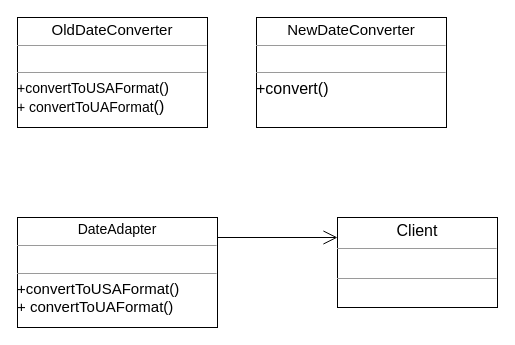
Earlier version of the draw.io diagram structural/adapter/adapter.drawio (MaksShadows/Patterns). Source tidied: cells renumbered, new cells numbered last; positions are measured from the earlier drawing's top-left corner, leaving out a move shared by most shapes. Both pictures are drawn from the tidied source at 100%, with x=0, y=0 at pixel (17, 17).
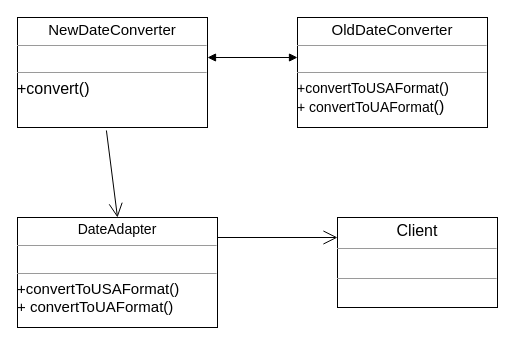
Above is the later version.

What changed in the source:
```diff
@@
 <mxGraphModel>
   <root>
     <mxCell id="0" />
     <mxCell id="1" parent="0" />
     <mxCell id="2" value="&lt;p style=&quot;margin: 0px ; margin-top: 4px ; text-align: center&quot;&gt;&lt;font style=&quot;font-size: 15px&quot;&gt;OldDateConverter&lt;/font&gt;&lt;br&gt;&lt;/p&gt;&lt;hr size=&quot;1&quot;&gt;&lt;p style=&quot;margin: 0px ; margin-left: 4px&quot;&gt;&lt;br&gt;&lt;/p&gt;&lt;hr size=&quot;1&quot;&gt;&lt;p style=&quot;text-align: justify ; margin: 0px 0px 0px 4px&quot;&gt;&lt;/p&gt;&lt;span style=&quot;font-size: 14px ; text-align: justify&quot;&gt;+&lt;/span&gt;&lt;span style=&quot;font-size: 14px&quot;&gt;convertToUSAFormat&lt;/span&gt;&lt;font style=&quot;font-size: 15px&quot;&gt;()&lt;/font&gt;&lt;br&gt;&lt;span style=&quot;font-size: 14px&quot;&gt;+&amp;nbsp;&lt;/span&gt;&lt;span style=&quot;font-size: 14px&quot;&gt;convertToUAFormat&lt;/span&gt;&lt;font style=&quot;font-size: 16px&quot;&gt;()&lt;/font&gt;&lt;span style=&quot;font-size: 14px&quot;&gt;&lt;br&gt;&lt;/span&gt;" style="verticalAlign=top;align=left;overflow=fill;fontSize=12;fontFamily=Helvetica;html=1;" parent="1" vertex="1">
-      <mxGeometry width="190" height="110" as="geometry" />
+      <mxGeometry x="280" width="190" height="110" as="geometry" />
     </mxCell>
     <mxCell id="3" value="&lt;p style=&quot;text-align: center ; margin: 4px 0px 0px&quot;&gt;&lt;span style=&quot;font-size: 14px&quot;&gt;DateAdapter&lt;/span&gt;&lt;br&gt;&lt;/p&gt;&lt;hr size=&quot;1&quot; style=&quot;text-align: justify ; font-size: 14px&quot;&gt;&lt;p style=&quot;text-align: justify ; margin: 0px 0px 0px 4px&quot;&gt;&lt;br&gt;&lt;/p&gt;&lt;hr size=&quot;1&quot; style=&quot;text-align: justify&quot;&gt;&lt;p style=&quot;text-align: justify ; margin: 0px 0px 0px 4px&quot;&gt;&lt;/p&gt;&lt;font style=&quot;font-size: 15px&quot;&gt;&lt;span style=&quot;text-align: justify&quot;&gt;+&lt;/span&gt;convertToUSAFormat()&lt;br&gt;&lt;/font&gt;&lt;font style=&quot;font-size: 15px&quot;&gt;+ convertToUAFormat()&lt;/font&gt;" style="verticalAlign=top;align=left;overflow=fill;fontSize=12;fontFamily=Helvetica;html=1;" parent="1" vertex="1">
       <mxGeometry y="200" width="200" height="110" as="geometry" />
     </mxCell>
     <mxCell id="4" value="&lt;p style=&quot;text-align: center ; margin: 4px 0px 0px ; font-size: 16px&quot;&gt;&lt;font style=&quot;font-size: 16px&quot;&gt;Client&lt;/font&gt;&lt;/p&gt;&lt;hr size=&quot;1&quot; style=&quot;text-align: justify ; font-size: 16px&quot;&gt;&lt;p style=&quot;text-align: justify ; margin: 0px 0px 0px 4px&quot;&gt;&lt;br&gt;&lt;/p&gt;&lt;hr size=&quot;1&quot; style=&quot;text-align: justify&quot;&gt;&lt;p style=&quot;text-align: justify ; margin: 0px 0px 0px 4px&quot;&gt;&lt;br&gt;&lt;/p&gt;" style="verticalAlign=top;align=left;overflow=fill;fontSize=12;fontFamily=Helvetica;html=1;" parent="1" vertex="1">
       <mxGeometry x="320" y="200" width="160" height="90" as="geometry" />
     </mxCell>
     <mxCell id="5" style="endArrow=open;endFill=1;endSize=12;html=1;" parent="1" edge="1">
       <mxGeometry relative="1" as="geometry">
         <mxPoint x="200" y="220" as="sourcePoint" />
         <mxPoint x="320" y="220" as="targetPoint" />
       </mxGeometry>
     </mxCell>
     <mxCell id="6" value="&lt;p style=&quot;margin: 0px ; margin-top: 4px ; text-align: center&quot;&gt;&lt;font style=&quot;font-size: 15px&quot;&gt;NewDateConverter&lt;/font&gt;&lt;br&gt;&lt;/p&gt;&lt;hr size=&quot;1&quot;&gt;&lt;p style=&quot;margin: 0px ; margin-left: 4px&quot;&gt;&lt;br&gt;&lt;/p&gt;&lt;hr size=&quot;1&quot;&gt;&lt;p style=&quot;text-align: justify ; margin: 0px 0px 0px 4px&quot;&gt;&lt;/p&gt;&lt;font style=&quot;font-size: 16px&quot;&gt;&lt;span style=&quot;text-align: justify&quot;&gt;+&lt;/span&gt;convert()&lt;br&gt;&lt;/font&gt;&lt;span style=&quot;font-size: 14px&quot;&gt;&lt;br&gt;&lt;/span&gt;" style="verticalAlign=top;align=left;overflow=fill;fontSize=12;fontFamily=Helvetica;html=1;" parent="1" vertex="1">
-      <mxGeometry x="239" width="190" height="110" as="geometry" />
+      <mxGeometry width="190" height="110" as="geometry" />
     </mxCell>
+    <mxCell id="7" style="endArrow=block;startArrow=block;endFill=1;startFill=1;html=1;" parent="1" edge="1">
+      <mxGeometry relative="1" as="geometry">
+        <mxPoint x="190" y="40" as="sourcePoint" />
+        <mxPoint x="280" y="40" as="targetPoint" />
+      </mxGeometry>
+    </mxCell>
+    <mxCell id="8" style="endArrow=open;endFill=1;endSize=12;html=1;exitX=0.468;exitY=1.027;exitDx=0;exitDy=0;exitPerimeter=0;entryX=0.5;entryY=0;entryDx=0;entryDy=0;" parent="1" edge="1" source="6" target="3">
+      <mxGeometry relative="1" as="geometry" />
+    </mxCell>
   </root>
 </mxGraphModel>
```
